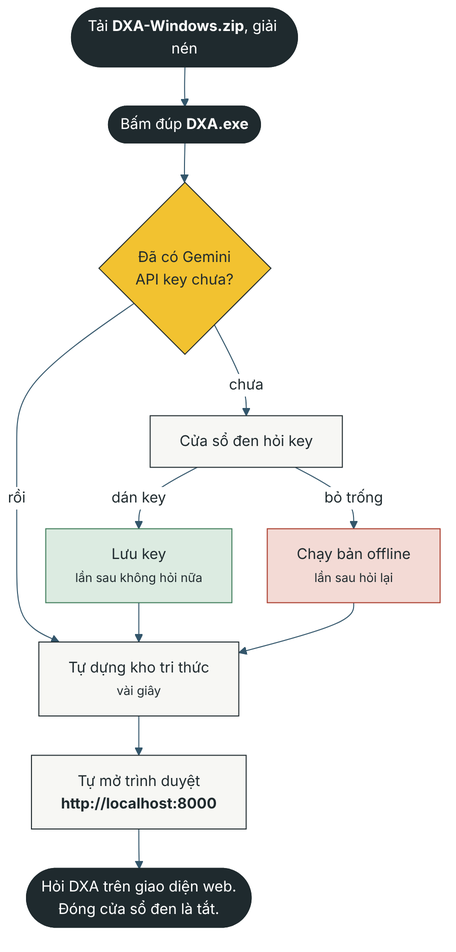
Before: dxa-automative-agent_dana/docs/run-flow.png, a diagram exported from Mermaid (ydangishere/dev-projects). Its source is kept beside it as dxa-automative-agent_dana/docs/run-flow.mmd. Its diagram source:
```mermaid
%%{init: {"theme":"base","fontFamily":"Inter, DejaVu Sans, sans-serif","themeVariables":{"fontFamily":"Inter, DejaVu Sans, sans-serif","fontSize":"15px","primaryColor":"#F7F7F4","primaryBorderColor":"#1F2A2E","primaryTextColor":"#1F2A2E","lineColor":"#33566B","edgeLabelBackground":"#FFFFFF"},"flowchart":{"curve":"basis","nodeSpacing":36,"rankSpacing":40}}}%%
flowchart TB
    DL(["Tải <b>DXA-Windows.zip</b>, giải nén"])
    START(["Bấm đúp <b>DXA.exe</b>"])
    K{"Đã có Gemini<br/>API key chưa?"}
    ASK["Cửa sổ đen hỏi key"]
    SAVE["Lưu key<br/><small>lần sau không hỏi nữa</small>"]
    OFF["Chạy bản offline<br/><small>lần sau hỏi lại</small>"]
    B["Tự dựng kho tri thức<br/><small>vài giây</small>"]
    WEB["Tự mở trình duyệt<br/><b>http://localhost:8000</b>"]
    USE(["Hỏi DXA trên giao diện web.<br/>Đóng cửa sổ đen là tắt."])

    DL --> START --> K
    K -- "rồi" --> B
    K -- "chưa" --> ASK
    ASK -- "dán key" --> SAVE --> B
    ASK -- "bỏ trống" --> OFF --> B
    B --> WEB --> USE

    classDef gate fill:#F2C230,stroke:#1F2A2E,color:#1F2A2E
    classDef go fill:#1F2A2E,stroke:#1F2A2E,color:#FFFFFF
    classDef good fill:#DCEBE1,stroke:#3E7C59,color:#1F2A2E
    classDef warn fill:#F3DAD5,stroke:#A93A2A,color:#1F2A2E
    class K gate
    class DL,START,USE go
    class SAVE good
    class OFF warn
```
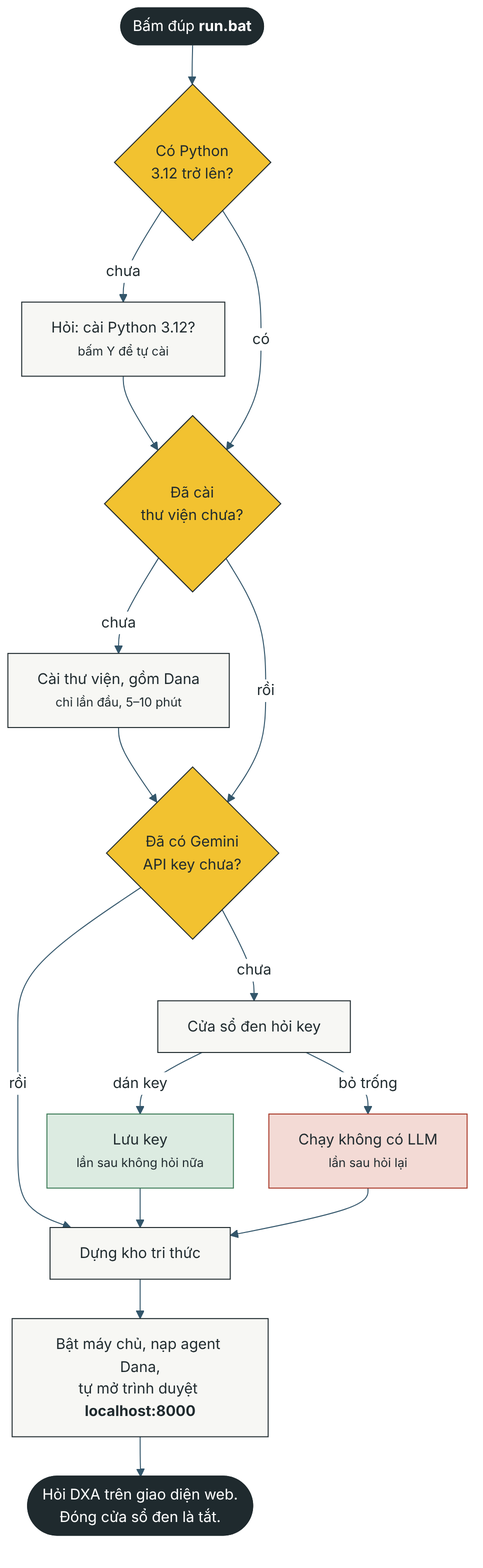
The same file after the commit.

Commit message:
docs(dxa-dana): README, run.bat flow and Dana architecture diagrams; Windows CI

The edit, as a diff of the source:
```diff
@@ -1,16 +1,23 @@
-%%{init: {"theme":"base","fontFamily":"Inter, DejaVu Sans, sans-serif","themeVariables":{"fontFamily":"Inter, DejaVu Sans, sans-serif","fontSize":"15px","primaryColor":"#F7F7F4","primaryBorderColor":"#1F2A2E","primaryTextColor":"#1F2A2E","lineColor":"#33566B","edgeLabelBackground":"#FFFFFF"},"flowchart":{"curve":"basis","nodeSpacing":36,"rankSpacing":40}}}%%
+%%{init: {"theme":"base","fontFamily":"Inter, DejaVu Sans, sans-serif","themeVariables":{"fontFamily":"Inter, DejaVu Sans, sans-serif","fontSize":"15px","primaryColor":"#F7F7F4","primaryBorderColor":"#1F2A2E","primaryTextColor":"#1F2A2E","lineColor":"#33566B","clusterBkg":"#ECEDE8","clusterBorder":"#C9CCC4","edgeLabelBackground":"#FFFFFF"},"flowchart":{"curve":"basis","nodeSpacing":36,"rankSpacing":40}}}%%
 flowchart TB
-    DL(["Tải <b>DXA-Windows.zip</b>, giải nén"])
-    START(["Bấm đúp <b>DXA.exe</b>"])
+    START(["Bấm đúp <b>run.bat</b>"])
+    P{"Có Python<br/>3.12 trở lên?"}
+    PI["Hỏi: cài Python 3.12?<br/><small>bấm Y để tự cài</small>"]
+    V{"Đã cài<br/>thư viện chưa?"}
+    VI["Cài thư viện, gồm Dana<br/><small>chỉ lần đầu, 5–10 phút</small>"]
     K{"Đã có Gemini<br/>API key chưa?"}
     ASK["Cửa sổ đen hỏi key"]
     SAVE["Lưu key<br/><small>lần sau không hỏi nữa</small>"]
-    OFF["Chạy bản offline<br/><small>lần sau hỏi lại</small>"]
-    B["Tự dựng kho tri thức<br/><small>vài giây</small>"]
-    WEB["Tự mở trình duyệt<br/><b>http://localhost:8000</b>"]
+    OFF["Chạy không có LLM<br/><small>lần sau hỏi lại</small>"]
+    B["Dựng kho tri thức"]
+    WEB["Bật máy chủ, nạp agent Dana,<br/>tự mở trình duyệt <b>localhost:8000</b>"]
     USE(["Hỏi DXA trên giao diện web.<br/>Đóng cửa sổ đen là tắt."])
 
-    DL --> START --> K
+    START --> P
+    P -- "chưa" --> PI --> V
+    P -- "có" --> V
+    V -- "chưa" --> VI --> K
+    V -- "rồi" --> K
     K -- "rồi" --> B
     K -- "chưa" --> ASK
     ASK -- "dán key" --> SAVE --> B
@@ -21,7 +28,7 @@
     classDef go fill:#1F2A2E,stroke:#1F2A2E,color:#FFFFFF
     classDef good fill:#DCEBE1,stroke:#3E7C59,color:#1F2A2E
     classDef warn fill:#F3DAD5,stroke:#A93A2A,color:#1F2A2E
-    class K gate
-    class DL,START,USE go
+    class P,V,K gate
+    class START,USE go
     class SAVE good
     class OFF warn
```
